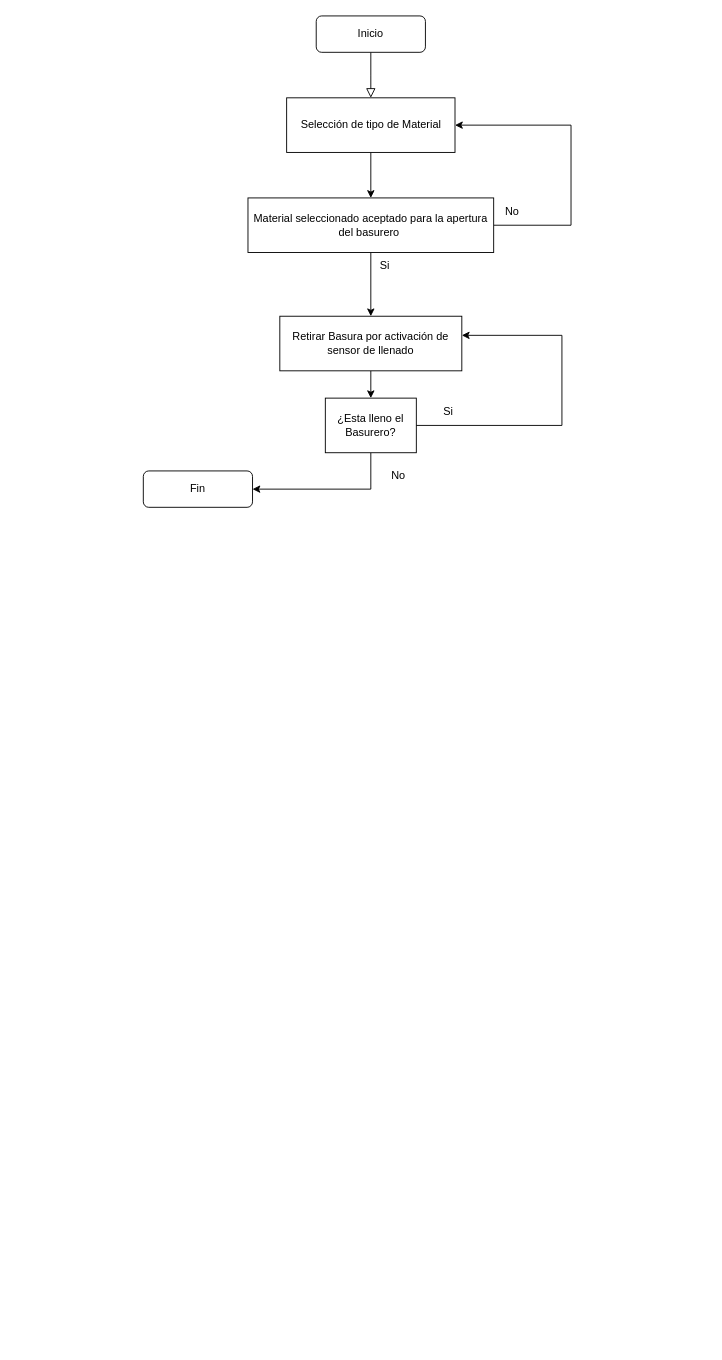
This is Untitled Diagram.drawio from victovictorio00/Diagrama-de-Flujo_, a draw.io file, before an edit. Source tidied: cells renumbered, new cells numbered last; positions are measured from the earlier drawing's top-left corner, leaving out a move shared by most shapes. Both pictures are drawn from the tidied source at 91%, with x=0, y=0 at pixel (143, 15).
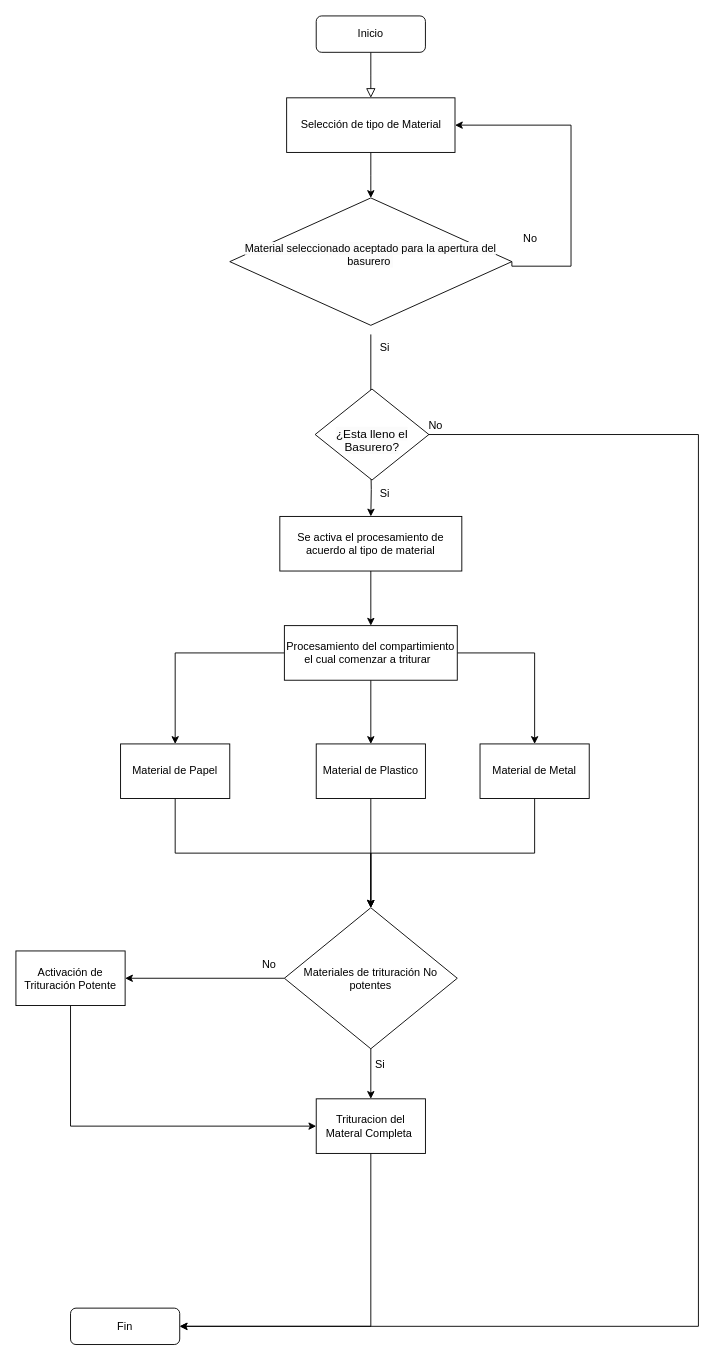
After the change.

The change refers to these unchanged cells:
```xml
<mxCell id="6" value="Selección de tipo de Material" style="rounded=0;whiteSpace=wrap;html=1;" parent="1" vertex="1">
  <mxGeometry x="157.5" y="90" width="185" height="60" as="geometry" />
</mxCell>
```

Change to the diagram source:
```diff
@@
     <mxCell id="4" value="Fin" style="rounded=1;whiteSpace=wrap;html=1;fontSize=12;glass=0;strokeWidth=1;shadow=0;" parent="1" vertex="1">
-      <mxGeometry y="500" width="120" height="40" as="geometry" />
+      <mxGeometry x="-80" y="1420" width="120" height="40" as="geometry" />
     </mxCell>
-    <mxCell id="5" style="edgeStyle=orthogonalEdgeStyle;rounded=0;jettySize=auto;html=1;exitX=0.5;exitY=1;exitDx=0;exitDy=0;entryX=0.5;entryY=0;entryDx=0;entryDy=0;" parent="1" edge="1" source="6" target="16">
-      <mxGeometry relative="1" as="geometry" />
+    <mxCell id="5" style="edgeStyle=orthogonalEdgeStyle;rounded=0;jettySize=auto;html=1;exitX=0.5;exitY=1;exitDx=0;exitDy=0;entryX=0.5;entryY=0;entryDx=0;entryDy=0;" parent="1" edge="1" source="6">
+      <mxGeometry relative="1" as="geometry">
+        <mxPoint x="250" y="200" as="targetPoint" />
+      </mxGeometry>
     </mxCell>
@@
-    <mxCell id="7" style="edgeStyle=orthogonalEdgeStyle;rounded=0;jettySize=auto;html=1;exitX=0.5;exitY=1;exitDx=0;exitDy=0;entryX=0.5;entryY=0;entryDx=0;entryDy=0;" parent="1" edge="1" source="8" target="10">
-      <mxGeometry relative="1" as="geometry" />
-    </mxCell>
+    <mxCell id="19" style="edgeStyle=orthogonalEdgeStyle;rounded=0;jettySize=auto;html=1;exitX=0.5;exitY=1;exitDx=0;exitDy=0;entryX=0.5;entryY=0;entryDx=0;entryDy=0;" parent="1" edge="1" source="8" target="27">
+      <mxGeometry relative="1" as="geometry" />
+    </mxCell>
-    <mxCell id="8" value="Retirar Basura por activación de sensor de llenado" style="rounded=0;whiteSpace=wrap;html=1;" parent="1" vertex="1">
-      <mxGeometry x="150" y="330" width="200" height="60" as="geometry" />
+    <mxCell id="8" value="Se activa el procesamiento de acuerdo al tipo de material" style="rounded=0;whiteSpace=wrap;html=1;" parent="1" vertex="1">
+      <mxGeometry x="150" y="550" width="200" height="60" as="geometry" />
     </mxCell>
-    <mxCell id="9" style="edgeStyle=orthogonalEdgeStyle;rounded=0;jettySize=auto;html=1;exitX=0.5;exitY=1;exitDx=0;exitDy=0;entryX=1;entryY=0.5;entryDx=0;entryDy=0;" parent="1" edge="1" source="10" target="4">
-      <mxGeometry relative="1" as="geometry" />
+    <mxCell id="9" style="edgeStyle=orthogonalEdgeStyle;rounded=0;jettySize=auto;html=1;exitX=1;exitY=0.5;exitDx=0;exitDy=0;entryX=1;entryY=0.5;entryDx=0;entryDy=0;" parent="1" edge="1" target="4">
+      <mxGeometry relative="1" as="geometry">
+        <mxPoint x="300" y="460" as="sourcePoint" />
+        <Array as="points">
+          <mxPoint x="610" y="460" />
+          <mxPoint x="610" y="1440" />
+        </Array>
+      </mxGeometry>
     </mxCell>
-    <mxCell id="10" value="¿Esta lleno el Basurero?" style="rounded=0;whiteSpace=wrap;html=1;" parent="1" vertex="1">
-      <mxGeometry x="200" y="420" width="100" height="60" as="geometry" />
-    </mxCell>
-    <mxCell id="11" value="Si" style="text;html=1;align=center;verticalAlign=middle;strokeColor=none;fillColor=none;" parent="1" vertex="1">
-      <mxGeometry x="320" y="420" width="30" height="30" as="geometry" />
-    </mxCell>
-    <mxCell id="12" value="No" style="text;html=1;align=center;verticalAlign=middle;strokeColor=none;fillColor=none;" parent="1" vertex="1">
-      <mxGeometry x="260" y="490" width="40" height="30" as="geometry" />
-    </mxCell>
-    <mxCell id="13" style="edgeStyle=orthogonalEdgeStyle;rounded=0;jettySize=auto;html=1;exitX=1;exitY=0.5;exitDx=0;exitDy=0;entryX=1;entryY=0.35;entryDx=0;entryDy=0;entryPerimeter=0;" parent="1" edge="1" source="10" target="8">
-      <mxGeometry relative="1" as="geometry">
-        <Array as="points">
-          <mxPoint x="460" y="450" />
-          <mxPoint x="460" y="351" />
-        </Array>
-      </mxGeometry>
-    </mxCell>
-    <mxCell id="14" style="edgeStyle=orthogonalEdgeStyle;rounded=0;jettySize=auto;html=1;exitX=0.5;exitY=1;exitDx=0;exitDy=0;" parent="1" edge="1" source="16" target="8">
-      <mxGeometry relative="1" as="geometry" />
-    </mxCell>
     <mxCell id="15" style="edgeStyle=orthogonalEdgeStyle;rounded=0;jettySize=auto;html=1;exitX=1;exitY=0.5;exitDx=0;exitDy=0;entryX=1;entryY=0.5;entryDx=0;entryDy=0;" parent="1" edge="1" source="16" target="6">
       <mxGeometry relative="1" as="geometry">
         <Array as="points">
-          <mxPoint x="470" y="230" />
+          <mxPoint x="470" y="275" />
           <mxPoint x="470" y="120" />
         </Array>
       </mxGeometry>
     </mxCell>
-    <mxCell id="16" value="Material seleccionado aceptado para la apertura del basurero&amp;nbsp;" style="rounded=0;whiteSpace=wrap;html=1;" parent="1" vertex="1">
-      <mxGeometry x="115" y="200" width="270" height="60" as="geometry" />
-    </mxCell>
+    <mxCell id="20" style="edgeStyle=orthogonalEdgeStyle;rounded=0;orthogonalLoop=1;jettySize=auto;html=1;exitX=0.5;exitY=1;exitDx=0;exitDy=0;entryX=0.5;entryY=0;entryDx=0;entryDy=0;" parent="1" edge="1">
+      <mxGeometry relative="1" as="geometry">
+        <mxPoint x="250" y="350" as="sourcePoint" />
+        <mxPoint x="250" y="430" as="targetPoint" />
+      </mxGeometry>
+    </mxCell>
     <mxCell id="17" value="No" style="text;html=1;align=center;verticalAlign=middle;strokeColor=none;fillColor=none;" parent="1" vertex="1">
-      <mxGeometry x="385" y="200" width="40" height="30" as="geometry" />
+      <mxGeometry x="405" y="230" width="40" height="30" as="geometry" />
     </mxCell>
     <mxCell id="18" value="Si" style="text;html=1;align=center;verticalAlign=middle;strokeColor=none;fillColor=none;" parent="1" vertex="1">
-      <mxGeometry x="250" y="260" width="30" height="30" as="geometry" />
+      <mxGeometry x="250" y="350" width="30" height="30" as="geometry" />
     </mxCell>
+    <mxCell id="21" style="edgeStyle=orthogonalEdgeStyle;rounded=0;jettySize=auto;html=1;exitX=0.5;exitY=1;exitDx=0;exitDy=0;" parent="1" edge="1" target="8">
+      <mxGeometry relative="1" as="geometry">
+        <mxPoint x="250" y="490" as="sourcePoint" />
+      </mxGeometry>
+    </mxCell>
+    <mxCell id="22" value="Si" style="text;html=1;align=center;verticalAlign=middle;strokeColor=none;fillColor=none;" parent="1" vertex="1">
+      <mxGeometry x="250" y="510" width="30" height="30" as="geometry" />
+    </mxCell>
+    <mxCell id="23" value="No" style="text;html=1;align=center;verticalAlign=middle;strokeColor=none;fillColor=none;horizontal=1;labelPosition=center;verticalLabelPosition=middle;" parent="1" vertex="1">
+      <mxGeometry x="301.2" y="435" width="40" height="30" as="geometry" />
+    </mxCell>
+    <mxCell id="24" style="edgeStyle=orthogonalEdgeStyle;rounded=0;jettySize=auto;html=1;exitX=0;exitY=0.5;exitDx=0;exitDy=0;entryX=0.5;entryY=0;entryDx=0;entryDy=0;" parent="1" edge="1" source="27" target="29">
+      <mxGeometry relative="1" as="geometry" />
+    </mxCell>
+    <mxCell id="25" style="edgeStyle=orthogonalEdgeStyle;rounded=0;jettySize=auto;html=1;exitX=0.5;exitY=1;exitDx=0;exitDy=0;entryX=0.5;entryY=0;entryDx=0;entryDy=0;" parent="1" edge="1" source="27" target="31">
+      <mxGeometry relative="1" as="geometry" />
+    </mxCell>
+    <mxCell id="26" style="edgeStyle=orthogonalEdgeStyle;rounded=0;jettySize=auto;html=1;exitX=1;exitY=0.5;exitDx=0;exitDy=0;" parent="1" edge="1" source="27" target="33">
+      <mxGeometry relative="1" as="geometry" />
+    </mxCell>
+    <mxCell id="27" value="Procesamiento del compartimiento el cual comenzar a triturar&amp;nbsp;&amp;nbsp;" style="rounded=0;whiteSpace=wrap;html=1;" parent="1" vertex="1">
+      <mxGeometry x="155" y="670" width="190" height="60" as="geometry" />
+    </mxCell>
+    <mxCell id="10" value="&lt;p style=&quot;line-height: 120%;&quot;&gt;&lt;br&gt;&lt;font style=&quot;font-size: 13px;&quot;&gt;&lt;span style=&quot;color: rgb(0, 0, 0); font-family: Helvetica; font-style: normal; font-variant-ligatures: normal; font-variant-caps: normal; font-weight: 400; letter-spacing: normal; orphans: 2; text-indent: 0px; text-transform: none; widows: 2; word-spacing: 0px; -webkit-text-stroke-width: 0px; background-color: rgb(251, 251, 251); text-decoration-thickness: initial; text-decoration-style: initial; text-decoration-color: initial; float: none; display: inline !important;&quot;&gt;¿Esta lleno el Basurero?&lt;/span&gt;&lt;br&gt;&lt;/font&gt;&lt;/p&gt;" style="rhombus;whiteSpace=wrap;html=1;verticalAlign=middle;horizontal=1;align=center;labelPosition=center;verticalLabelPosition=middle;" parent="1" vertex="1">
+      <mxGeometry x="188.8" y="410" width="125" height="100" as="geometry" />
+    </mxCell>
+    <mxCell id="16" value="&#10;&lt;span style=&quot;color: rgb(0, 0, 0); font-family: Helvetica; font-size: 12px; font-style: normal; font-variant-ligatures: normal; font-variant-caps: normal; font-weight: 400; letter-spacing: normal; orphans: 2; text-align: center; text-indent: 0px; text-transform: none; widows: 2; word-spacing: 0px; -webkit-text-stroke-width: 0px; background-color: rgb(251, 251, 251); text-decoration-thickness: initial; text-decoration-style: initial; text-decoration-color: initial; float: none; display: inline !important;&quot;&gt;Material seleccionado aceptado para la apertura del basurero&amp;nbsp;&lt;/span&gt;&#10;&#10;" style="rhombus;whiteSpace=wrap;html=1;" parent="1" vertex="1">
+      <mxGeometry x="95" y="200" width="310" height="140" as="geometry" />
+    </mxCell>
+    <mxCell id="28" style="edgeStyle=orthogonalEdgeStyle;rounded=0;jettySize=auto;html=1;exitX=0.5;exitY=1;exitDx=0;exitDy=0;" parent="1" edge="1" source="29" target="36">
+      <mxGeometry relative="1" as="geometry" />
+    </mxCell>
+    <mxCell id="29" value="Material de Papel" style="rounded=0;whiteSpace=wrap;html=1;" parent="1" vertex="1">
+      <mxGeometry x="-25" y="800" width="120" height="60" as="geometry" />
+    </mxCell>
+    <mxCell id="30" style="edgeStyle=orthogonalEdgeStyle;rounded=0;jettySize=auto;html=1;exitX=0.5;exitY=1;exitDx=0;exitDy=0;entryX=0.5;entryY=0;entryDx=0;entryDy=0;" parent="1" edge="1" source="31" target="36">
+      <mxGeometry relative="1" as="geometry" />
+    </mxCell>
+    <mxCell id="31" value="Material de Plastico" style="rounded=0;whiteSpace=wrap;html=1;" parent="1" vertex="1">
+      <mxGeometry x="190" y="800" width="120" height="60" as="geometry" />
+    </mxCell>
+    <mxCell id="32" style="edgeStyle=orthogonalEdgeStyle;rounded=0;jettySize=auto;html=1;exitX=0.5;exitY=1;exitDx=0;exitDy=0;entryX=0.5;entryY=0;entryDx=0;entryDy=0;" parent="1" edge="1" source="33" target="36">
+      <mxGeometry relative="1" as="geometry" />
+    </mxCell>
+    <mxCell id="33" value="Material de Metal" style="rounded=0;whiteSpace=wrap;html=1;" parent="1" vertex="1">
+      <mxGeometry x="370" y="800" width="120" height="60" as="geometry" />
+    </mxCell>
+    <mxCell id="34" style="edgeStyle=orthogonalEdgeStyle;rounded=0;jettySize=auto;html=1;exitX=0;exitY=0.5;exitDx=0;exitDy=0;entryX=1;entryY=0.5;entryDx=0;entryDy=0;" parent="1" edge="1" source="36" target="38">
+      <mxGeometry relative="1" as="geometry" />
+    </mxCell>
+    <mxCell id="35" style="edgeStyle=orthogonalEdgeStyle;rounded=0;jettySize=auto;html=1;exitX=0.5;exitY=1;exitDx=0;exitDy=0;entryX=0.5;entryY=0;entryDx=0;entryDy=0;" parent="1" edge="1" source="36" target="41">
+      <mxGeometry relative="1" as="geometry" />
+    </mxCell>
+    <mxCell id="36" value="Materiales de trituración No potentes" style="rhombus;whiteSpace=wrap;html=1;rotation=0;" parent="1" vertex="1">
+      <mxGeometry x="155" y="980" width="190" height="155" as="geometry" />
+    </mxCell>
+    <mxCell id="37" style="edgeStyle=orthogonalEdgeStyle;rounded=0;jettySize=auto;html=1;exitX=0.5;exitY=1;exitDx=0;exitDy=0;entryX=0;entryY=0.5;entryDx=0;entryDy=0;" parent="1" edge="1" source="38" target="41">
+      <mxGeometry relative="1" as="geometry" />
+    </mxCell>
+    <mxCell id="38" value="Activación de Trituración Potente" style="rounded=0;whiteSpace=wrap;html=1;" parent="1" vertex="1">
+      <mxGeometry x="-140" y="1027.5" width="120" height="60" as="geometry" />
+    </mxCell>
+    <mxCell id="12" value="No" style="text;html=1;align=center;verticalAlign=middle;strokeColor=none;fillColor=none;" parent="1" vertex="1">
+      <mxGeometry x="117.5" y="1027.5" width="40" height="30" as="geometry" />
+    </mxCell>
+    <mxCell id="39" value="Si" style="text;html=1;align=center;verticalAlign=middle;strokeColor=none;fillColor=none;" parent="1" vertex="1">
+      <mxGeometry x="245" y="1138" width="30" height="30" as="geometry" />
+    </mxCell>
+    <mxCell id="40" style="edgeStyle=orthogonalEdgeStyle;rounded=0;jettySize=auto;html=1;exitX=0.5;exitY=1;exitDx=0;exitDy=0;entryX=1;entryY=0.5;entryDx=0;entryDy=0;" parent="1" edge="1" source="41" target="4">
+      <mxGeometry relative="1" as="geometry" />
+    </mxCell>
+    <mxCell id="41" value="Trituracion del Materal Completa&amp;nbsp;" style="rounded=0;whiteSpace=wrap;html=1;" parent="1" vertex="1">
+      <mxGeometry x="190" y="1190" width="120" height="60" as="geometry" />
+    </mxCell>
```
